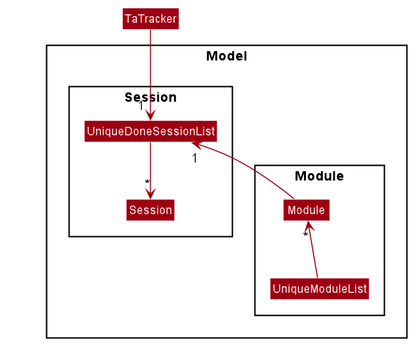
The PlantUML diagram docs/images/TssModelClassDiagram.png in nus-cs2103-AY1920S2/addressbook-level3, before a commit.
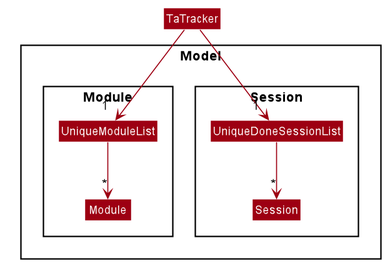
The same file after the commit.

Commit message:
Edit class diagrams

What changed in the source:
```diff
@@ -67,8 +67,8 @@
 Class HiddenOutside #FFFFFF
 
 TaTracker --> "1 " UniqueDoneSessionList
-UniqueModuleList -up-> "*" Module
-Module -up-> "1  " UniqueDoneSessionList
+UniqueModuleList -down-> "*" Module
+TaTracker -down-> "1  " UniqueModuleList
 UniqueDoneSessionList --> "*" Session
 
 
```
